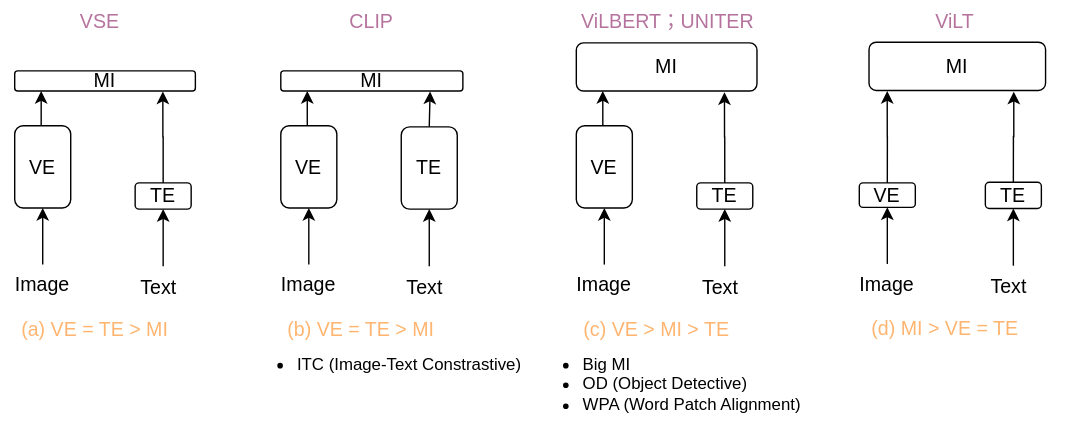
Earlier version of the draw.io export images/MLLM_two_tower_types.svg (caosheng01/Learn_LLM_from_scratch). Source tidied: cells renumbered, new cells last; positions are measured from the earlier drawing's top-left corner, leaving out a move shared by most shapes. Its diagram source:
```xml
<mxGraphModel>
  <root>
    <mxCell id="0" />
    <mxCell id="1" parent="0" />
    <mxCell id="2" value="&lt;font style=&quot;font-size: 14px&quot;&gt;MI&lt;br&gt;&lt;/font&gt;" style="rounded=1;whiteSpace=wrap;html=1;" parent="1" vertex="1">
      <mxGeometry x="200" y="50" width="130" height="14.4" as="geometry" />
    </mxCell>
    <mxCell id="3" style="edgeStyle=orthogonalEdgeStyle;rounded=0;jettySize=auto;html=1;exitX=0.5;exitY=0;exitDx=0;exitDy=0;entryX=0.126;entryY=1.057;entryDx=0;entryDy=0;strokeColor=#000000;entryPerimeter=0;" parent="1" edge="1" source="4">
      <mxGeometry relative="1" as="geometry">
        <mxPoint x="218.9" y="64.4" as="targetPoint" />
      </mxGeometry>
    </mxCell>
    <mxCell id="4" value="&lt;font style=&quot;font-size: 14px&quot;&gt;VE&lt;/font&gt;" style="rounded=1;whiteSpace=wrap;html=1;" parent="1" vertex="1">
      <mxGeometry x="200" y="89.2" width="40" height="58.7" as="geometry" />
    </mxCell>
    <mxCell id="5" style="edgeStyle=orthogonalEdgeStyle;rounded=0;jettySize=auto;html=1;exitX=0.5;exitY=0;exitDx=0;exitDy=0;entryX=0.82;entryY=1.025;entryDx=0;entryDy=0;strokeColor=#000000;entryPerimeter=0;" parent="1" edge="1" source="6" target="2">
      <mxGeometry relative="1" as="geometry" />
    </mxCell>
    <mxCell id="6" value="&lt;font style=&quot;font-size: 14px&quot;&gt;TE&lt;/font&gt;" style="rounded=1;whiteSpace=wrap;html=1;" parent="1" vertex="1">
      <mxGeometry x="286" y="90" width="40" height="58.7" as="geometry" />
    </mxCell>
    <mxCell id="7" style="edgeStyle=orthogonalEdgeStyle;rounded=0;jettySize=auto;html=1;exitX=0.5;exitY=0;exitDx=0;exitDy=0;entryX=0.5;entryY=1;entryDx=0;entryDy=0;strokeColor=#000000;" parent="1" edge="1" source="8" target="4">
      <mxGeometry relative="1" as="geometry" />
    </mxCell>
    <mxCell id="8" value="&lt;font style=&quot;font-size: 14px&quot;&gt;Image&lt;/font&gt;" style="text;html=1;strokeColor=none;fillColor=none;align=center;verticalAlign=middle;whiteSpace=wrap;rounded=0;" parent="1" vertex="1">
      <mxGeometry x="190" y="188.3" width="60" height="30" as="geometry" />
    </mxCell>
    <mxCell id="9" style="edgeStyle=orthogonalEdgeStyle;rounded=0;jettySize=auto;html=1;exitX=0.5;exitY=0;exitDx=0;exitDy=0;entryX=0.5;entryY=1;entryDx=0;entryDy=0;strokeColor=#000000;" parent="1" edge="1" target="6">
      <mxGeometry relative="1" as="geometry">
        <mxPoint x="306" y="189.6" as="sourcePoint" />
      </mxGeometry>
    </mxCell>
    <mxCell id="10" value="&lt;font style=&quot;font-size: 14px&quot;&gt;Text&lt;/font&gt;" style="text;html=1;strokeColor=none;fillColor=none;align=center;verticalAlign=middle;whiteSpace=wrap;rounded=0;" parent="1" vertex="1">
      <mxGeometry x="273" y="189.6" width="60" height="30" as="geometry" />
    </mxCell>
    <mxCell id="11" value="&lt;font style=&quot;font-size: 14px&quot; color=&quot;#ffb570&quot;&gt;(b) VE = TE &amp;gt; MI&lt;/font&gt;" style="text;html=1;strokeColor=none;fillColor=none;align=center;verticalAlign=middle;whiteSpace=wrap;rounded=0;" parent="1" vertex="1">
      <mxGeometry x="196" y="219.6" width="123" height="30" as="geometry" />
    </mxCell>
    <mxCell id="12" value="&lt;font style=&quot;font-size: 14px&quot;&gt;MI&lt;br&gt;&lt;/font&gt;" style="rounded=1;whiteSpace=wrap;html=1;" parent="1" vertex="1">
      <mxGeometry x="10" y="50" width="129" height="14.4" as="geometry" />
    </mxCell>
    <mxCell id="13" style="edgeStyle=orthogonalEdgeStyle;rounded=0;jettySize=auto;html=1;exitX=0.5;exitY=0;exitDx=0;exitDy=0;entryX=0.126;entryY=1.057;entryDx=0;entryDy=0;strokeColor=#000000;entryPerimeter=0;" parent="1" edge="1" source="14">
      <mxGeometry relative="1" as="geometry">
        <mxPoint x="28.9" y="64.4" as="targetPoint" />
      </mxGeometry>
    </mxCell>
    <mxCell id="14" value="&lt;font style=&quot;font-size: 14px&quot;&gt;VE&lt;/font&gt;" style="rounded=1;whiteSpace=wrap;html=1;" parent="1" vertex="1">
      <mxGeometry x="10" y="89.2" width="40" height="58.7" as="geometry" />
    </mxCell>
    <mxCell id="15" style="edgeStyle=orthogonalEdgeStyle;rounded=0;jettySize=auto;html=1;exitX=0.5;exitY=0;exitDx=0;exitDy=0;entryX=0.82;entryY=1.025;entryDx=0;entryDy=0;strokeColor=#000000;entryPerimeter=0;" parent="1" edge="1" source="16" target="12">
      <mxGeometry relative="1" as="geometry" />
    </mxCell>
    <mxCell id="16" value="&lt;font style=&quot;font-size: 14px&quot;&gt;TE&lt;/font&gt;" style="rounded=1;whiteSpace=wrap;html=1;" parent="1" vertex="1">
      <mxGeometry x="96" y="130" width="40" height="18.7" as="geometry" />
    </mxCell>
    <mxCell id="17" style="edgeStyle=orthogonalEdgeStyle;rounded=0;jettySize=auto;html=1;exitX=0.5;exitY=0;exitDx=0;exitDy=0;entryX=0.5;entryY=1;entryDx=0;entryDy=0;strokeColor=#000000;" parent="1" edge="1" source="18" target="14">
      <mxGeometry relative="1" as="geometry" />
    </mxCell>
    <mxCell id="18" value="&lt;font style=&quot;font-size: 14px&quot;&gt;Image&lt;/font&gt;" style="text;html=1;strokeColor=none;fillColor=none;align=center;verticalAlign=middle;whiteSpace=wrap;rounded=0;" parent="1" vertex="1">
      <mxGeometry y="188.3" width="60" height="30" as="geometry" />
    </mxCell>
    <mxCell id="19" style="edgeStyle=orthogonalEdgeStyle;rounded=0;jettySize=auto;html=1;exitX=0.5;exitY=0;exitDx=0;exitDy=0;entryX=0.5;entryY=1;entryDx=0;entryDy=0;strokeColor=#000000;" parent="1" edge="1" target="16">
      <mxGeometry relative="1" as="geometry">
        <mxPoint x="116" y="189.6" as="sourcePoint" />
      </mxGeometry>
    </mxCell>
    <mxCell id="20" value="&lt;font style=&quot;font-size: 14px&quot;&gt;Text&lt;/font&gt;" style="text;html=1;strokeColor=none;fillColor=none;align=center;verticalAlign=middle;whiteSpace=wrap;rounded=0;" parent="1" vertex="1">
      <mxGeometry x="83" y="189.6" width="60" height="30" as="geometry" />
    </mxCell>
    <mxCell id="21" value="&lt;font style=&quot;font-size: 14px&quot; color=&quot;#ffb570&quot;&gt;(a) VE = TE &amp;gt; MI&lt;/font&gt;" style="text;html=1;strokeColor=none;fillColor=none;align=center;verticalAlign=middle;whiteSpace=wrap;rounded=0;" parent="1" vertex="1">
      <mxGeometry x="6" y="219.6" width="123" height="30" as="geometry" />
    </mxCell>
    <mxCell id="22" value="&lt;font style=&quot;font-size: 14px&quot;&gt;MI&lt;br&gt;&lt;/font&gt;" style="rounded=1;whiteSpace=wrap;html=1;" parent="1" vertex="1">
      <mxGeometry x="411" y="30" width="129" height="34.4" as="geometry" />
    </mxCell>
    <mxCell id="23" style="edgeStyle=orthogonalEdgeStyle;rounded=0;jettySize=auto;html=1;exitX=0.5;exitY=0;exitDx=0;exitDy=0;entryX=0.126;entryY=1.057;entryDx=0;entryDy=0;strokeColor=#000000;entryPerimeter=0;" parent="1" edge="1" source="24">
      <mxGeometry relative="1" as="geometry">
        <mxPoint x="429.9" y="64.4" as="targetPoint" />
      </mxGeometry>
    </mxCell>
    <mxCell id="24" value="&lt;font style=&quot;font-size: 14px&quot;&gt;VE&lt;/font&gt;" style="rounded=1;whiteSpace=wrap;html=1;" parent="1" vertex="1">
      <mxGeometry x="411" y="89.2" width="40" height="58.7" as="geometry" />
    </mxCell>
    <mxCell id="25" style="edgeStyle=orthogonalEdgeStyle;rounded=0;jettySize=auto;html=1;exitX=0.5;exitY=0;exitDx=0;exitDy=0;entryX=0.82;entryY=1.025;entryDx=0;entryDy=0;strokeColor=#000000;entryPerimeter=0;" parent="1" edge="1" source="26" target="22">
      <mxGeometry relative="1" as="geometry" />
    </mxCell>
    <mxCell id="26" value="&lt;font style=&quot;font-size: 14px&quot;&gt;TE&lt;/font&gt;" style="rounded=1;whiteSpace=wrap;html=1;" parent="1" vertex="1">
      <mxGeometry x="497" y="130" width="40" height="18.7" as="geometry" />
    </mxCell>
    <mxCell id="27" style="edgeStyle=orthogonalEdgeStyle;rounded=0;jettySize=auto;html=1;exitX=0.5;exitY=0;exitDx=0;exitDy=0;entryX=0.5;entryY=1;entryDx=0;entryDy=0;strokeColor=#000000;" parent="1" edge="1" source="28" target="24">
      <mxGeometry relative="1" as="geometry" />
    </mxCell>
    <mxCell id="28" value="&lt;font style=&quot;font-size: 14px&quot;&gt;Image&lt;/font&gt;" style="text;html=1;strokeColor=none;fillColor=none;align=center;verticalAlign=middle;whiteSpace=wrap;rounded=0;" parent="1" vertex="1">
      <mxGeometry x="401" y="188.3" width="60" height="30" as="geometry" />
    </mxCell>
    <mxCell id="29" style="edgeStyle=orthogonalEdgeStyle;rounded=0;jettySize=auto;html=1;exitX=0.5;exitY=0;exitDx=0;exitDy=0;entryX=0.5;entryY=1;entryDx=0;entryDy=0;strokeColor=#000000;" parent="1" edge="1" target="26">
      <mxGeometry relative="1" as="geometry">
        <mxPoint x="517" y="189.6" as="sourcePoint" />
      </mxGeometry>
    </mxCell>
    <mxCell id="30" value="&lt;font style=&quot;font-size: 14px&quot;&gt;Text&lt;/font&gt;" style="text;html=1;strokeColor=none;fillColor=none;align=center;verticalAlign=middle;whiteSpace=wrap;rounded=0;" parent="1" vertex="1">
      <mxGeometry x="484" y="189.6" width="60" height="30" as="geometry" />
    </mxCell>
    <mxCell id="31" value="&lt;font style=&quot;font-size: 14px&quot; color=&quot;#ffb570&quot;&gt;(c) VE &amp;gt; MI &amp;gt; TE&lt;/font&gt;" style="text;html=1;strokeColor=none;fillColor=none;align=center;verticalAlign=middle;whiteSpace=wrap;rounded=0;" parent="1" vertex="1">
      <mxGeometry x="407" y="219.6" width="123" height="30" as="geometry" />
    </mxCell>
    <mxCell id="32" value="&lt;font style=&quot;font-size: 14px&quot;&gt;MI&lt;br&gt;&lt;/font&gt;" style="rounded=1;whiteSpace=wrap;html=1;" parent="1" vertex="1">
      <mxGeometry x="620" y="29.6" width="126.1" height="34.4" as="geometry" />
    </mxCell>
    <mxCell id="33" style="edgeStyle=orthogonalEdgeStyle;rounded=0;jettySize=auto;html=1;exitX=0.5;exitY=0;exitDx=0;exitDy=0;entryX=0.103;entryY=1.011;entryDx=0;entryDy=0;entryPerimeter=0;strokeColor=#000000;" parent="1" edge="1" source="34" target="32">
      <mxGeometry relative="1" as="geometry" />
    </mxCell>
    <mxCell id="34" value="&lt;font style=&quot;font-size: 14px&quot;&gt;VE&lt;/font&gt;" style="rounded=1;whiteSpace=wrap;html=1;" parent="1" vertex="1">
      <mxGeometry x="613.1" y="130" width="40" height="17.5" as="geometry" />
    </mxCell>
    <mxCell id="35" style="edgeStyle=orthogonalEdgeStyle;rounded=0;jettySize=auto;html=1;exitX=0.5;exitY=0;exitDx=0;exitDy=0;entryX=0.82;entryY=1.025;entryDx=0;entryDy=0;strokeColor=#000000;entryPerimeter=0;" parent="1" edge="1" source="36" target="32">
      <mxGeometry relative="1" as="geometry" />
    </mxCell>
    <mxCell id="36" value="&lt;font style=&quot;font-size: 14px&quot;&gt;TE&lt;/font&gt;" style="rounded=1;whiteSpace=wrap;html=1;" parent="1" vertex="1">
      <mxGeometry x="703.1" y="129.6" width="40" height="18.7" as="geometry" />
    </mxCell>
    <mxCell id="37" style="edgeStyle=orthogonalEdgeStyle;rounded=0;jettySize=auto;html=1;exitX=0.5;exitY=0;exitDx=0;exitDy=0;entryX=0.5;entryY=1;entryDx=0;entryDy=0;strokeColor=#000000;" parent="1" edge="1" source="38" target="34">
      <mxGeometry relative="1" as="geometry" />
    </mxCell>
    <mxCell id="38" value="&lt;font style=&quot;font-size: 14px&quot;&gt;Image&lt;/font&gt;" style="text;html=1;strokeColor=none;fillColor=none;align=center;verticalAlign=middle;whiteSpace=wrap;rounded=0;" parent="1" vertex="1">
      <mxGeometry x="603.1" y="187.9" width="60" height="30" as="geometry" />
    </mxCell>
    <mxCell id="39" style="edgeStyle=orthogonalEdgeStyle;rounded=0;jettySize=auto;html=1;exitX=0.5;exitY=0;exitDx=0;exitDy=0;entryX=0.5;entryY=1;entryDx=0;entryDy=0;strokeColor=#000000;" parent="1" edge="1" target="36">
      <mxGeometry relative="1" as="geometry">
        <mxPoint x="723.1" y="189.1" as="sourcePoint" />
      </mxGeometry>
    </mxCell>
    <mxCell id="40" value="&lt;font style=&quot;font-size: 14px&quot;&gt;Text&lt;/font&gt;" style="text;html=1;strokeColor=none;fillColor=none;align=center;verticalAlign=middle;whiteSpace=wrap;rounded=0;" parent="1" vertex="1">
      <mxGeometry x="690.1" y="189.1" width="60" height="30" as="geometry" />
    </mxCell>
    <mxCell id="41" value="&lt;font style=&quot;font-size: 14px&quot; color=&quot;#ffb570&quot;&gt;(d) MI &amp;gt; VE = TE&lt;/font&gt;" style="text;html=1;strokeColor=none;fillColor=none;align=center;verticalAlign=middle;whiteSpace=wrap;rounded=0;" parent="1" vertex="1">
      <mxGeometry x="613.1" y="219.1" width="123" height="30" as="geometry" />
    </mxCell>
    <mxCell id="42" value="&lt;font style=&quot;font-size: 14px&quot; color=&quot;#b5739d&quot;&gt;ViLBERT；UNITER&lt;/font&gt;" style="text;html=1;strokeColor=none;fillColor=none;align=center;verticalAlign=middle;whiteSpace=wrap;rounded=0;" parent="1" vertex="1">
      <mxGeometry x="380" width="193" height="30" as="geometry" />
    </mxCell>
    <mxCell id="43" value="&lt;font style=&quot;font-size: 14px&quot; color=&quot;#b5739d&quot;&gt;ViLT&lt;/font&gt;" style="text;html=1;strokeColor=none;fillColor=none;align=center;verticalAlign=middle;whiteSpace=wrap;rounded=0;" parent="1" vertex="1">
      <mxGeometry x="596" width="171.1" height="30" as="geometry" />
    </mxCell>
    <mxCell id="44" value="&lt;ul&gt;&lt;li&gt;&lt;font style=&quot;font-size: 12px&quot;&gt;Big MI&lt;/font&gt;&lt;/li&gt;&lt;li&gt;&lt;font style=&quot;font-size: 12px&quot;&gt;OD (Object Detective)&lt;/font&gt;&lt;/li&gt;&lt;li&gt;&lt;font style=&quot;font-size: 12px&quot;&gt;WPA (Word Patch Alignment)&lt;/font&gt;&lt;/li&gt;&lt;/ul&gt;" style="text;html=1;strokeColor=none;fillColor=none;align=left;verticalAlign=middle;whiteSpace=wrap;rounded=0;" parent="1" vertex="1">
      <mxGeometry x="374" y="249.1" width="221" height="50" as="geometry" />
    </mxCell>
    <mxCell id="45" value="&lt;font style=&quot;font-size: 14px&quot; color=&quot;#b5739d&quot;&gt;CLIP&lt;/font&gt;" style="text;html=1;strokeColor=none;fillColor=none;align=center;verticalAlign=middle;whiteSpace=wrap;rounded=0;" parent="1" vertex="1">
      <mxGeometry x="200" width="130" height="30" as="geometry" />
    </mxCell>
    <mxCell id="46" value="&lt;font style=&quot;font-size: 14px&quot; color=&quot;#b5739d&quot;&gt;VSE&lt;/font&gt;" style="text;html=1;strokeColor=none;fillColor=none;align=center;verticalAlign=middle;whiteSpace=wrap;rounded=0;" parent="1" vertex="1">
      <mxGeometry x="6" y="-0.4" width="130" height="30" as="geometry" />
    </mxCell>
    <mxCell id="47" value="&lt;ul&gt;&lt;li&gt;ITC (Image-Text Constrastive)&lt;/li&gt;&lt;/ul&gt;" style="text;html=1;strokeColor=none;fillColor=none;align=left;verticalAlign=middle;whiteSpace=wrap;rounded=0;" parent="1" vertex="1">
      <mxGeometry x="170" y="249.6" width="204" height="20.4" as="geometry" />
    </mxCell>
  </root>
</mxGraphModel>
```
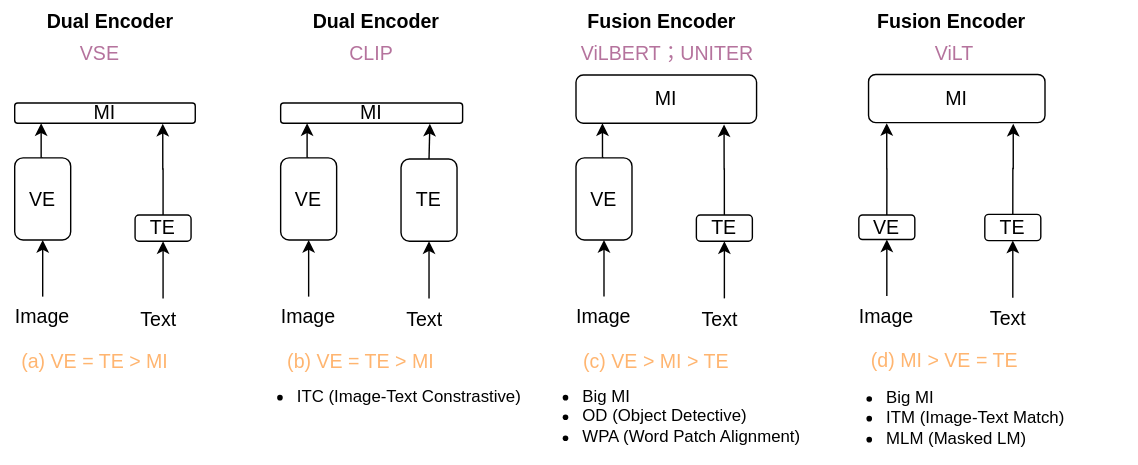
After the commit.

Change to the diagram source:
```diff
@@ -145,14 +145,29 @@
     <mxCell id="44" value="&lt;ul&gt;&lt;li&gt;&lt;font style=&quot;font-size: 12px&quot;&gt;Big MI&lt;/font&gt;&lt;/li&gt;&lt;li&gt;&lt;font style=&quot;font-size: 12px&quot;&gt;OD (Object Detective)&lt;/font&gt;&lt;/li&gt;&lt;li&gt;&lt;font style=&quot;font-size: 12px&quot;&gt;WPA (Word Patch Alignment)&lt;/font&gt;&lt;/li&gt;&lt;/ul&gt;" style="text;html=1;strokeColor=none;fillColor=none;align=left;verticalAlign=middle;whiteSpace=wrap;rounded=0;" parent="1" vertex="1">
       <mxGeometry x="374" y="249.1" width="221" height="50" as="geometry" />
     </mxCell>
-    <mxCell id="45" value="&lt;font style=&quot;font-size: 14px&quot; color=&quot;#b5739d&quot;&gt;CLIP&lt;/font&gt;" style="text;html=1;strokeColor=none;fillColor=none;align=center;verticalAlign=middle;whiteSpace=wrap;rounded=0;" parent="1" vertex="1">
-      <mxGeometry x="200" width="130" height="30" as="geometry" />
+    <mxCell id="45" value="&lt;ul&gt;&lt;li&gt;&lt;font style=&quot;font-size: 12px&quot;&gt;Big MI&lt;/font&gt;&lt;/li&gt;&lt;li&gt;ITM (Image-Text Match)&lt;/li&gt;&lt;li&gt;&lt;font style=&quot;font-size: 12px&quot;&gt;MLM (Masked LM)&lt;/font&gt;&lt;/li&gt;&lt;/ul&gt;" style="text;html=1;strokeColor=none;fillColor=none;align=left;verticalAlign=middle;whiteSpace=wrap;rounded=0;" parent="1" vertex="1">
+      <mxGeometry x="591" y="249.6" width="221" height="50" as="geometry" />
     </mxCell>
-    <mxCell id="46" value="&lt;font style=&quot;font-size: 14px&quot; color=&quot;#b5739d&quot;&gt;VSE&lt;/font&gt;" style="text;html=1;strokeColor=none;fillColor=none;align=center;verticalAlign=middle;whiteSpace=wrap;rounded=0;" parent="1" vertex="1">
-      <mxGeometry x="6" y="-0.4" width="130" height="30" as="geometry" />
+    <mxCell id="46" value="&lt;font style=&quot;font-size: 14px&quot; color=&quot;#b5739d&quot;&gt;CLIP&lt;/font&gt;" style="text;html=1;strokeColor=none;fillColor=none;align=center;verticalAlign=middle;whiteSpace=wrap;rounded=0;" parent="1" vertex="1">
+      <mxGeometry x="200" width="130" height="30" as="geometry" />
     </mxCell>
-    <mxCell id="47" value="&lt;ul&gt;&lt;li&gt;ITC (Image-Text Constrastive)&lt;/li&gt;&lt;/ul&gt;" style="text;html=1;strokeColor=none;fillColor=none;align=left;verticalAlign=middle;whiteSpace=wrap;rounded=0;" parent="1" vertex="1">
-      <mxGeometry x="170" y="249.6" width="204" height="20.4" as="geometry" />
+    <mxCell id="47" value="&lt;font style=&quot;font-size: 14px&quot; color=&quot;#b5739d&quot;&gt;VSE&lt;/font&gt;" style="text;html=1;strokeColor=none;fillColor=none;align=center;verticalAlign=middle;whiteSpace=wrap;rounded=0;" parent="1" vertex="1">
+      <mxGeometry x="6" y="-0.4" width="130" height="30" as="geometry" />
     </mxCell>
+    <mxCell id="48" value="&lt;ul&gt;&lt;li&gt;ITC (Image-Text Constrastive)&lt;/li&gt;&lt;/ul&gt;" style="text;html=1;strokeColor=none;fillColor=none;align=left;verticalAlign=middle;whiteSpace=wrap;rounded=0;" parent="1" vertex="1">
+      <mxGeometry x="170" y="249.6" width="204" height="20.4" as="geometry" />
+    </mxCell>
+    <mxCell id="49" value="&lt;font style=&quot;font-size: 14px&quot;&gt;&lt;b&gt;Dual Encoder&lt;/b&gt;&lt;/font&gt;" style="text;html=1;strokeColor=none;fillColor=none;align=center;verticalAlign=middle;whiteSpace=wrap;rounded=0;" parent="1" vertex="1">
+      <mxGeometry x="211" y="-23" width="115" height="30" as="geometry" />
+    </mxCell>
+    <mxCell id="50" value="&lt;font style=&quot;font-size: 14px&quot;&gt;&lt;b&gt;Dual Encoder&lt;/b&gt;&lt;/font&gt;" style="text;html=1;strokeColor=none;fillColor=none;align=center;verticalAlign=middle;whiteSpace=wrap;rounded=0;" parent="1" vertex="1">
+      <mxGeometry x="21" y="-23" width="115" height="30" as="geometry" />
+    </mxCell>
+    <mxCell id="51" value="&lt;font style=&quot;font-size: 14px&quot;&gt;&lt;b&gt;Fusion Encoder&lt;/b&gt;&lt;/font&gt;" style="text;html=1;strokeColor=none;fillColor=none;align=center;verticalAlign=middle;whiteSpace=wrap;rounded=0;" parent="1" vertex="1">
+      <mxGeometry x="622" y="-23" width="115" height="30" as="geometry" />
+    </mxCell>
+    <mxCell id="52" value="&lt;font style=&quot;font-size: 14px&quot;&gt;&lt;b&gt;Fusion Encoder&lt;/b&gt;&lt;/font&gt;" style="text;html=1;strokeColor=none;fillColor=none;align=center;verticalAlign=middle;whiteSpace=wrap;rounded=0;" parent="1" vertex="1">
+      <mxGeometry x="415" y="-23" width="115" height="30" as="geometry" />
+    </mxCell>
   </root>
 </mxGraphModel>
```
